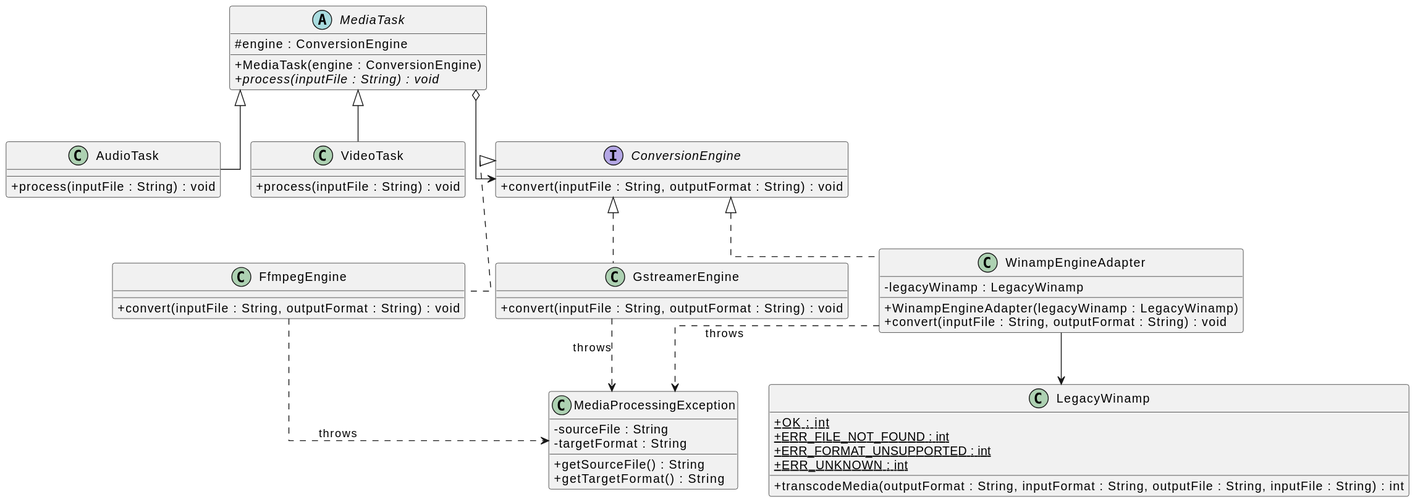
This is docs/diagram.svg from anommanager/sdp-assignment3, a PlantUML export, as it was before one commit. Its diagram source:
```plantuml
@startuml
skinparam classAttributeIconSize 0
skinparam linetype ortho

abstract class MediaTask {
  # engine : ConversionEngine
  + MediaTask(engine : ConversionEngine)
  + process(inputFile : String) : void {abstract}
}

class AudioTask {
  + process(inputFile : String) : void
}

class VideoTask {
  + process(inputFile : String) : void
}


interface ConversionEngine {
  + convert(inputFile : String, outputFormat : String) : void
}

class FfmpegEngine {
  + convert(inputFile : String, outputFormat : String) : void
}

class GstreamerEngine {
  + convert(inputFile : String, outputFormat : String) : void
}

class LegacyWinamp {
  + {static} OK : int
  + {static} ERR_FILE_NOT_FOUND : int
  + {static} ERR_FORMAT_UNSUPPORTED : int
  + {static} ERR_UNKNOWN : int
  + transcodeMedia(outputFormat : String, inputFormat : String, outputFile : String, inputFile : String) : int
}

class WinampEngineAdapter {
  - legacyWinamp : LegacyWinamp
  + WinampEngineAdapter(legacyWinamp : LegacyWinamp)
  + convert(inputFile : String, outputFormat : String) : void
}



class MediaProcessingException {
  - sourceFile : String
  - targetFormat : String
  + getSourceFile() : String
  + getTargetFormat() : String
}

MediaTask <|-- AudioTask
MediaTask <|-- VideoTask
MediaTask o--> ConversionEngine

ConversionEngine <|.. FfmpegEngine
ConversionEngine <|.. GstreamerEngine
ConversionEngine <|.. WinampEngineAdapter

WinampEngineAdapter --> LegacyWinamp

FfmpegEngine ..> MediaProcessingException : throws
GstreamerEngine ..> MediaProcessingException : throws
WinampEngineAdapter ..> MediaProcessingException : throws
@enduml
```
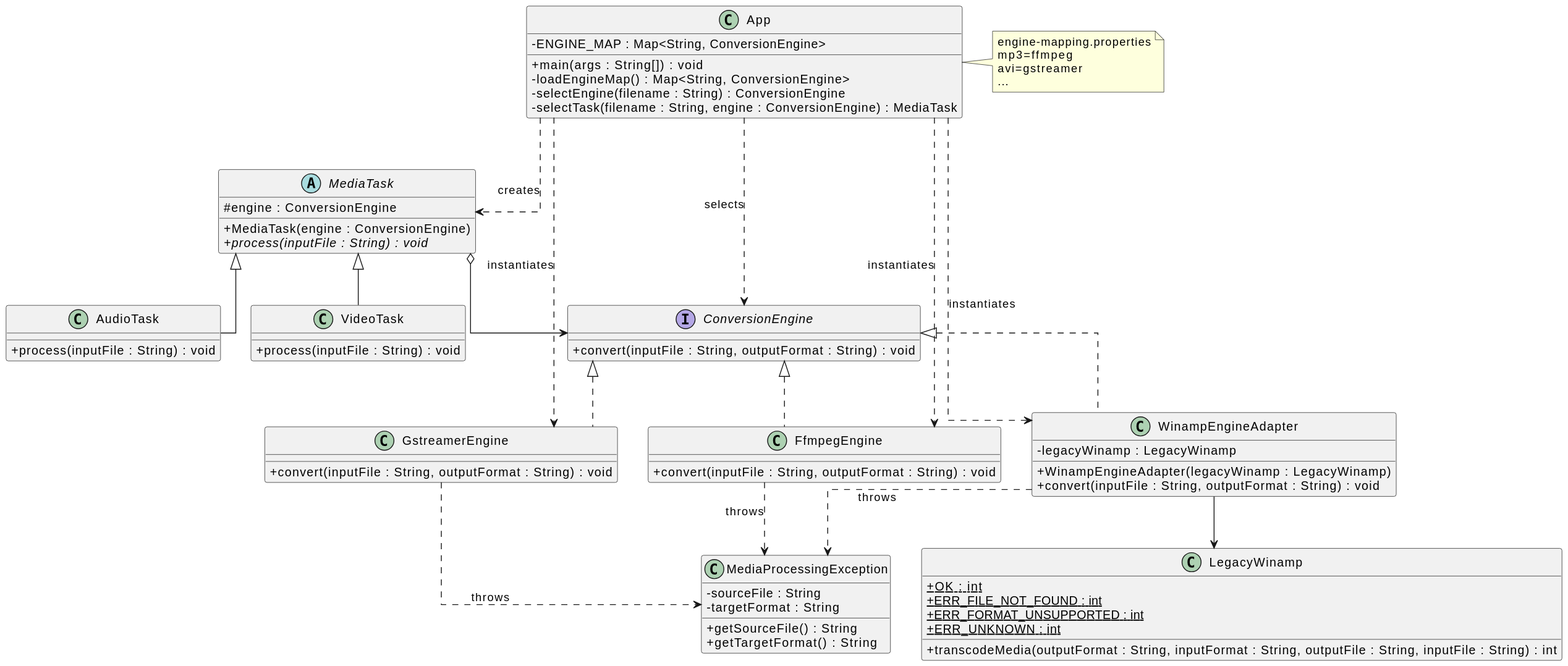
After the change.

Change to the diagram source:
```diff
@@ -15,7 +15,6 @@
 class VideoTask {
   + process(inputFile : String) : void
 }
-
 
 interface ConversionEngine {
   + convert(inputFile : String, outputFormat : String) : void
@@ -43,14 +42,27 @@
   + convert(inputFile : String, outputFormat : String) : void
 }
 
-
-
 class MediaProcessingException {
   - sourceFile : String
   - targetFormat : String
   + getSourceFile() : String
   + getTargetFormat() : String
 }
+
+class App {
+  - ENGINE_MAP : Map<String, ConversionEngine>
+  + main(args : String[]) : void
+  - loadEngineMap() : Map<String, ConversionEngine>
+  - selectEngine(filename : String) : ConversionEngine
+  - selectTask(filename : String, engine : ConversionEngine) : MediaTask
+}
+
+note right of App
+  engine-mapping.properties
+  mp3=ffmpeg
+  avi=gstreamer
+  ...
+end note
 
 MediaTask <|-- AudioTask
 MediaTask <|-- VideoTask
@@ -65,4 +77,10 @@
 FfmpegEngine ..> MediaProcessingException : throws
 GstreamerEngine ..> MediaProcessingException : throws
 WinampEngineAdapter ..> MediaProcessingException : throws
+
+App ..> MediaTask : creates
+App ..> ConversionEngine : selects
+App ..> FfmpegEngine : instantiates
+App ..> GstreamerEngine : instantiates
+App ..> WinampEngineAdapter : instantiates
 @enduml
```
